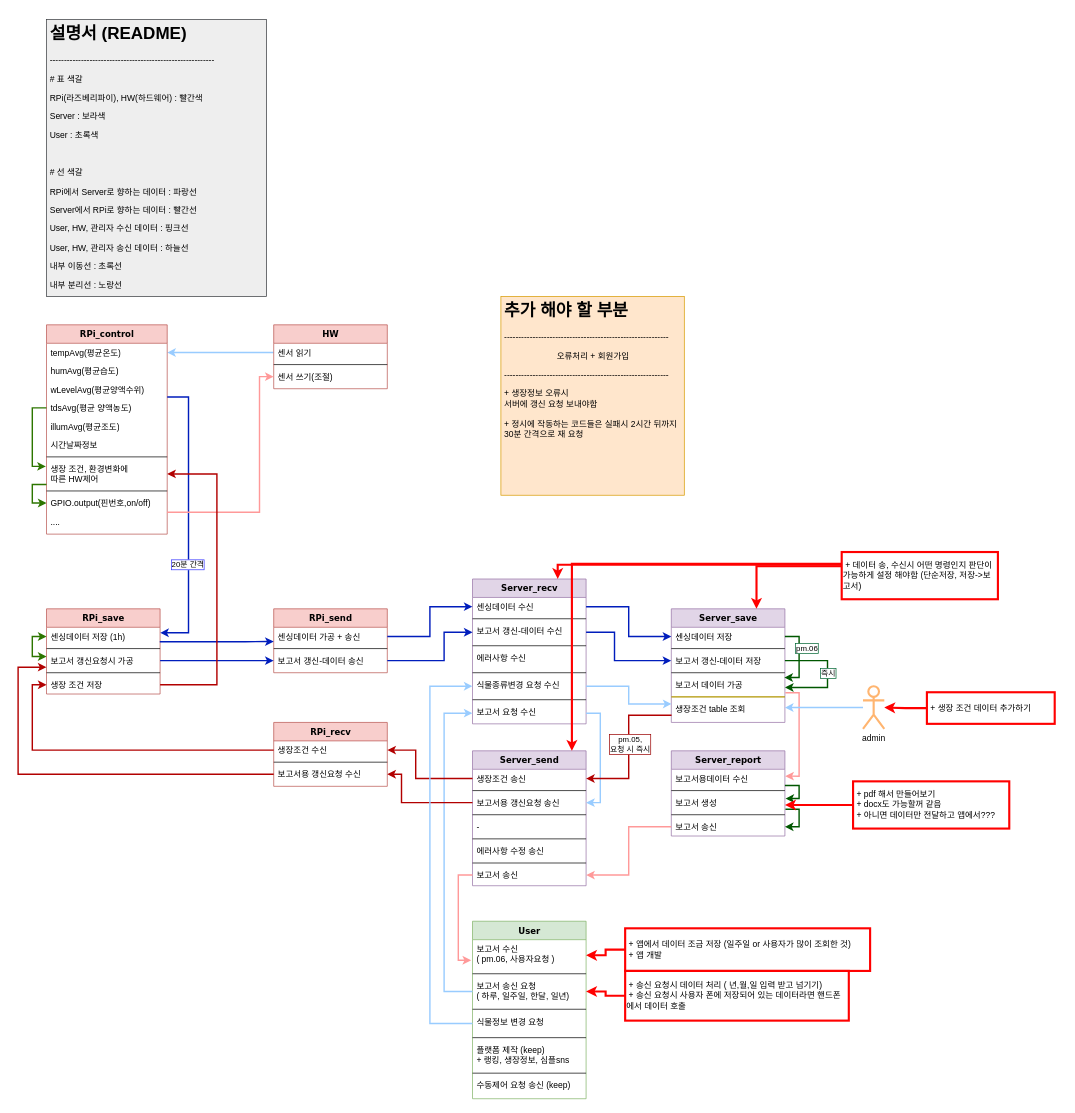
Above: blueprint/main_design.drawio in HyeonJi-P/mini_pot (draw.io), before the change. Source tidied: cells renumbered, new cells numbered last; positions are measured from the earlier drawing's top-left corner, leaving out a move shared by most shapes. Both pictures are drawn from the tidied source at 71%, with x=0, y=0 at pixel (18, 19).
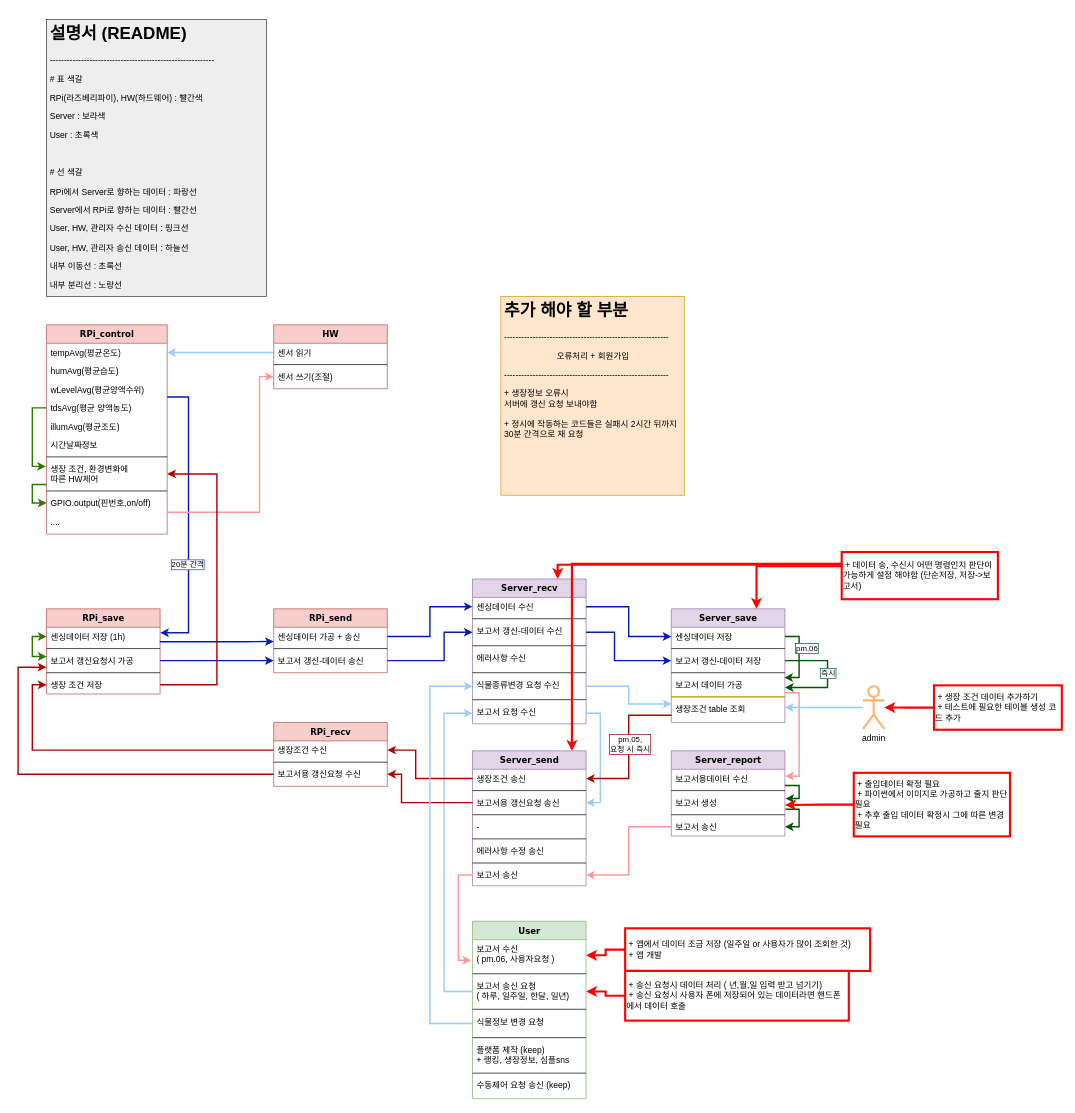
After the change.

Diff of the diagram source:
```diff
@@
-    <mxCell id="113" value="&lt;div&gt;&lt;span&gt;&amp;nbsp;+ pdf 해서 만들어보기&lt;/span&gt;&lt;/div&gt;&lt;div&gt;&lt;span&gt;&amp;nbsp;+ docx도 가능할꺼 같음&lt;/span&gt;&lt;/div&gt;&lt;div&gt;&lt;span&gt;&amp;nbsp;+ 아니면 데이터만 전달하고 앱에서???&amp;nbsp;&lt;/span&gt;&lt;/div&gt;" style="text;html=1;align=left;verticalAlign=middle;whiteSpace=wrap;rounded=0;strokeWidth=3;strokeColor=#FF0000;" parent="1" vertex="1">
-      <mxGeometry x="1176" y="1073" width="220" height="66.5" as="geometry" />
+    <mxCell id="113" value="&lt;div&gt;&lt;span&gt;&amp;nbsp;+ 출입데이터 확정 필요&lt;/span&gt;&lt;/div&gt;&lt;div&gt;&lt;span&gt;&amp;nbsp;+ 파이썬에서 이미지로 가공하고 줄지 판단 필요&amp;nbsp;&lt;/span&gt;&lt;/div&gt;&lt;div&gt;&lt;span&gt;&amp;nbsp;+ 추후 출입 데이터 확정시 그에 따른 변경 필요&amp;nbsp;&lt;/span&gt;&lt;/div&gt;" style="text;html=1;align=left;verticalAlign=middle;whiteSpace=wrap;rounded=0;strokeWidth=3;strokeColor=#FF0000;" parent="1" vertex="1">
+      <mxGeometry x="1177" y="1061" width="220" height="89.5" as="geometry" />
     </mxCell>
@@
-    <mxCell id="118" value="&amp;nbsp;+ 생장 조건 데이터 추가하기" style="text;html=1;align=left;verticalAlign=middle;whiteSpace=wrap;rounded=0;strokeWidth=3;strokeColor=#FF0000;" parent="1" vertex="1">
-      <mxGeometry x="1280" y="947.5" width="180" height="44.5" as="geometry" />
+    <mxCell id="118" value="&amp;nbsp;+ 생장 조건 데이터 추가하기&lt;br&gt;&amp;nbsp;+ 테스트에 필요한 테이블 생성 코드 추가" style="text;html=1;align=left;verticalAlign=middle;whiteSpace=wrap;rounded=0;strokeWidth=3;strokeColor=#FF0000;" parent="1" vertex="1">
+      <mxGeometry x="1290" y="937.8" width="180" height="62.5" as="geometry" />
     </mxCell>
```
